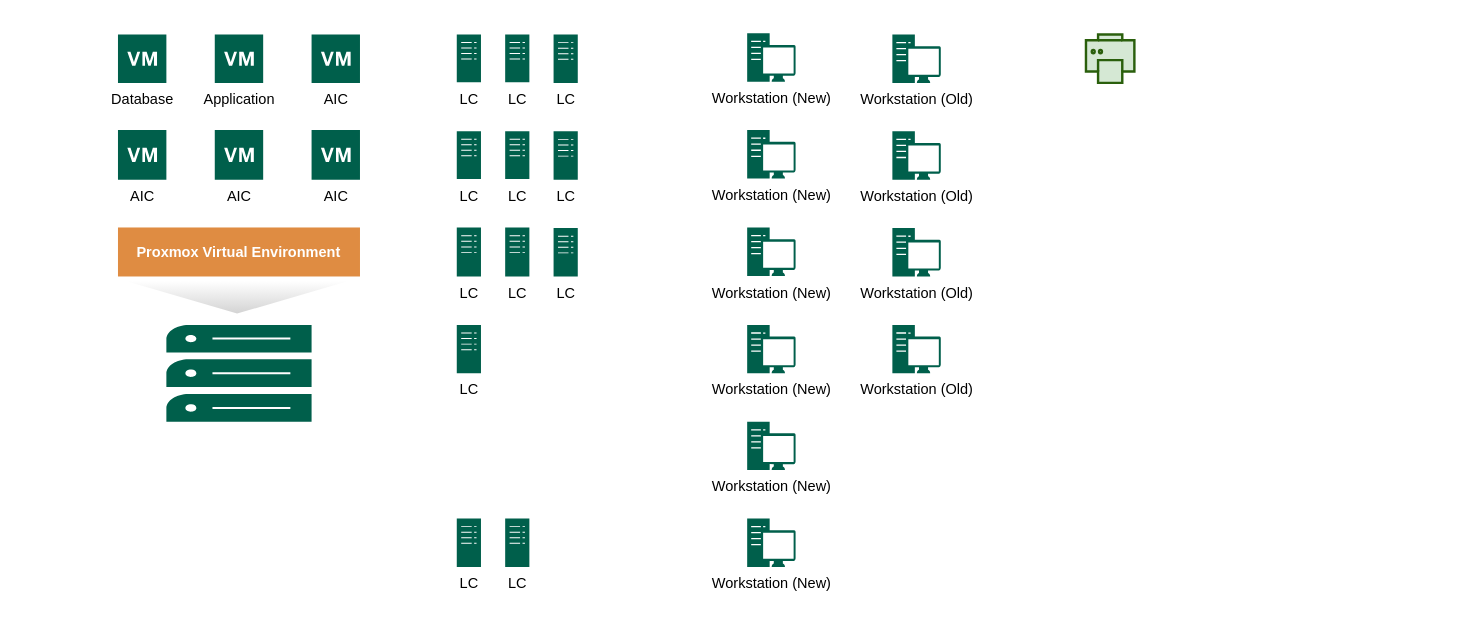
rwo001/FP keeps this draw.io diagram as R&D Network Veriosn.drawio. Above is the earlier version. Source tidied: cells renumbered, new cells numbered last; positions are measured from the earlier drawing's top-left corner, leaving out a move shared by most shapes. Both pictures are drawn from the tidied source at 121%, with x=0, y=0 at pixel (117, 33).
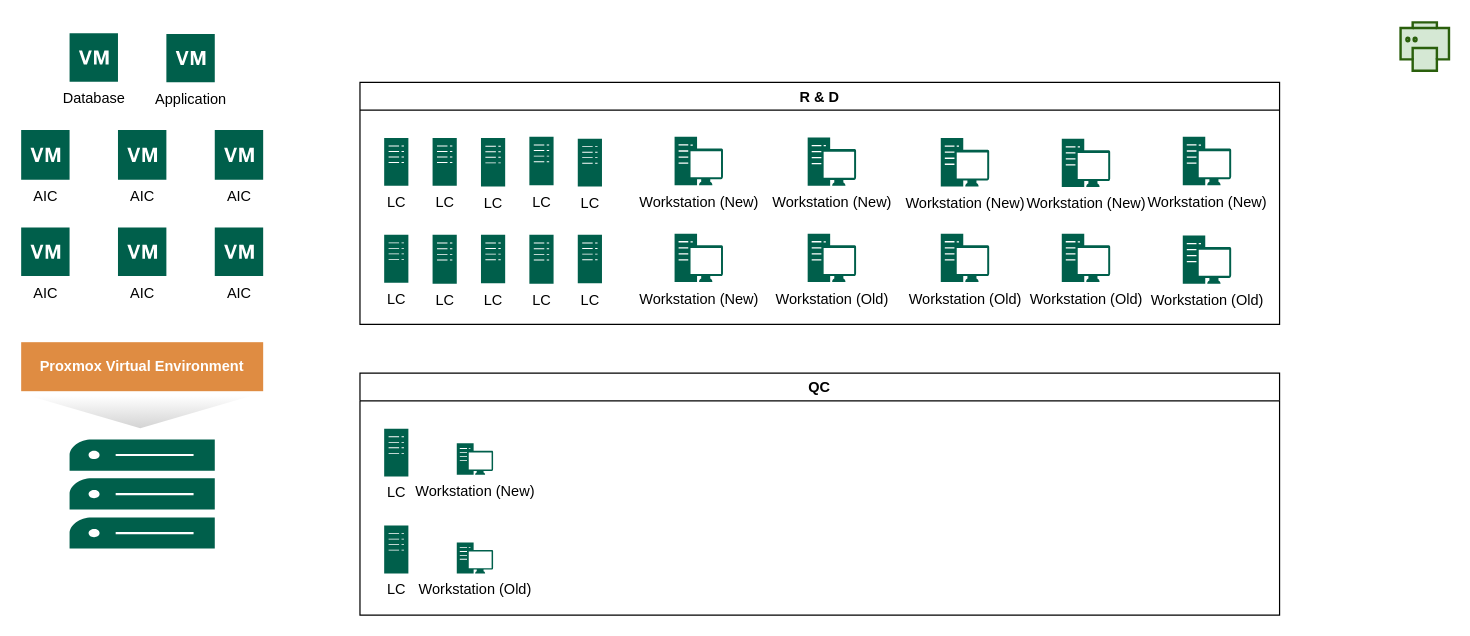
Above is the later version.

What changed in the source:
```diff
@@
-    <mxCell id="2" value="Workstation (New)" style="sketch=0;shadow=0;dashed=0;html=1;strokeColor=none;fillColor=#005F4B;labelPosition=center;verticalLabelPosition=bottom;verticalAlign=top;align=center;shape=mxgraph.veeam2.workstation;" parent="1" vertex="1">
-      <mxGeometry x="520" width="40" height="40" as="geometry" />
-    </mxCell>
     <mxCell id="3" value="AIC" style="sketch=0;shadow=0;dashed=0;html=1;strokeColor=none;fillColor=#005F4B;labelPosition=center;verticalLabelPosition=bottom;verticalAlign=top;align=center;shape=mxgraph.veeam2.virtual_machine;" parent="1" vertex="1">
-      <mxGeometry y="80" width="40" height="41" as="geometry" />
+      <mxGeometry x="-80" y="80" width="40" height="41" as="geometry" />
     </mxCell>
-    <mxCell id="4" value="LC" style="sketch=0;shadow=0;dashed=0;html=1;strokeColor=none;fillColor=#005F4B;labelPosition=center;verticalLabelPosition=bottom;verticalAlign=top;align=center;shape=mxgraph.veeam2.server;" parent="1" vertex="1">
-      <mxGeometry x="360" y="1" width="20" height="40" as="geometry" />
-    </mxCell>
-    <mxCell id="5" value="LC" style="sketch=0;shadow=0;dashed=0;html=1;strokeColor=none;fillColor=#005F4B;labelPosition=center;verticalLabelPosition=bottom;verticalAlign=top;align=center;shape=mxgraph.veeam2.server;" parent="1" vertex="1">
-      <mxGeometry x="360" y="161" width="20" height="40" as="geometry" />
-    </mxCell>
-    <mxCell id="6" value="LC" style="sketch=0;shadow=0;dashed=0;html=1;strokeColor=none;fillColor=#005F4B;labelPosition=center;verticalLabelPosition=bottom;verticalAlign=top;align=center;shape=mxgraph.veeam2.server;" parent="1" vertex="1">
-      <mxGeometry x="360" y="81" width="20" height="40" as="geometry" />
-    </mxCell>
     <mxCell id="7" style="html=1;verticalLabelPosition=bottom;align=center;labelBackgroundColor=#ffffff;verticalAlign=top;strokeWidth=2;strokeColor=light-dark(#2a5f0c, #446e2c);shadow=0;dashed=0;shape=mxgraph.ios7.icons.printer;fillColor=#d5e8d4;" parent="1" vertex="1">
-      <mxGeometry x="800" y="1" width="40" height="40" as="geometry" />
+      <mxGeometry x="1060" y="-9" width="40" height="40" as="geometry" />
     </mxCell>
     <mxCell id="8" value="Database" style="sketch=0;shadow=0;dashed=0;html=1;strokeColor=none;fillColor=#005F4B;labelPosition=center;verticalLabelPosition=bottom;verticalAlign=top;align=center;shape=mxgraph.veeam2.virtual_machine;" parent="1" vertex="1">
-      <mxGeometry y="1" width="40" height="40" as="geometry" />
+      <mxGeometry x="-40" width="40" height="40" as="geometry" />
     </mxCell>
     <mxCell id="9" value="Application" style="sketch=0;shadow=0;dashed=0;html=1;strokeColor=none;fillColor=#005F4B;labelPosition=center;verticalLabelPosition=bottom;verticalAlign=top;align=center;shape=mxgraph.veeam2.virtual_machine;" parent="1" vertex="1">
-      <mxGeometry x="80" y="1" width="40" height="40" as="geometry" />
+      <mxGeometry x="40" y="0.5" width="40" height="40" as="geometry" />
     </mxCell>
     <mxCell id="10" value="AIC" style="sketch=0;shadow=0;dashed=0;html=1;strokeColor=none;fillColor=#005F4B;labelPosition=center;verticalLabelPosition=bottom;verticalAlign=top;align=center;shape=mxgraph.veeam2.virtual_machine;" parent="1" vertex="1">
-      <mxGeometry x="80" y="80" width="40" height="41" as="geometry" />
+      <mxGeometry y="80" width="40" height="41" as="geometry" />
     </mxCell>
     <mxCell id="11" value="AIC" style="sketch=0;shadow=0;dashed=0;html=1;strokeColor=none;fillColor=#005F4B;labelPosition=center;verticalLabelPosition=bottom;verticalAlign=top;align=center;shape=mxgraph.veeam2.virtual_machine;" parent="1" vertex="1">
-      <mxGeometry x="160" y="1" width="40" height="40" as="geometry" />
+      <mxGeometry x="-80" y="160.5" width="40" height="40" as="geometry" />
     </mxCell>
     <mxCell id="12" value="AIC" style="sketch=0;shadow=0;dashed=0;html=1;strokeColor=none;fillColor=#005F4B;labelPosition=center;verticalLabelPosition=bottom;verticalAlign=top;align=center;shape=mxgraph.veeam2.virtual_machine;" parent="1" vertex="1">
-      <mxGeometry x="160" y="80" width="40" height="41" as="geometry" />
+      <mxGeometry x="80" y="80" width="40" height="41" as="geometry" />
     </mxCell>
     <mxCell id="13" value="&lt;span style=&quot;font-family: helvetica, arial, verdana, sans-serif;&quot;&gt;&lt;b style=&quot;&quot;&gt;&lt;font style=&quot;color: light-dark(rgb(255, 255, 255), rgb(237, 237, 237));&quot;&gt;Proxmox Virtual Environment&lt;/font&gt;&lt;/b&gt;&lt;/span&gt;" style="align=center;verticalAlign=middle;fontFamily=Tahoma;fillColor=#df8c42;strokeColor=none;fontColor=#ffffff;strokeWidth=2;html=1;whiteSpace=wrap;spacing=6;fontStyle=0;" parent="1" vertex="1">
-      <mxGeometry y="160.5" width="200" height="40.5" as="geometry" />
+      <mxGeometry x="-80" y="255.3" width="200" height="40.5" as="geometry" />
     </mxCell>
     <mxCell id="14" style="triangle;whiteSpace=wrap;html=1;gradientColor=#D3D3D3;strokeColor=none;gradientDirection=east;rotation=90;" parent="1" vertex="1">
-      <mxGeometry x="85" y="126.2" width="26.9" height="184" as="geometry" />
+      <mxGeometry x="5" y="221" width="26.9" height="184" as="geometry" />
     </mxCell>
     <mxCell id="15" style="sketch=0;shadow=0;dashed=0;html=1;strokeColor=none;fillColor=#005F4B;labelPosition=center;verticalLabelPosition=bottom;verticalAlign=top;align=center;shape=mxgraph.veeam2.server_stack;" parent="1" vertex="1">
-      <mxGeometry x="40" y="241" width="120" height="80" as="geometry" />
+      <mxGeometry x="-40" y="335.8" width="120" height="90" as="geometry" />
     </mxCell>
-    <mxCell id="16" value="LC" style="sketch=0;shadow=0;dashed=0;html=1;strokeColor=none;fillColor=#005F4B;labelPosition=center;verticalLabelPosition=bottom;verticalAlign=top;align=center;shape=mxgraph.veeam2.server;" parent="1" vertex="1">
-      <mxGeometry x="280" y="241" width="20" height="40" as="geometry" />
-    </mxCell>
-    <mxCell id="17" value="LC" style="sketch=0;shadow=0;dashed=0;html=1;strokeColor=none;fillColor=#005F4B;labelPosition=center;verticalLabelPosition=bottom;verticalAlign=top;align=center;shape=mxgraph.veeam2.server;" parent="1" vertex="1">
-      <mxGeometry x="280" y="401" width="20" height="40" as="geometry" />
-    </mxCell>
-    <mxCell id="18" value="LC" style="sketch=0;shadow=0;dashed=0;html=1;strokeColor=none;fillColor=#005F4B;labelPosition=center;verticalLabelPosition=bottom;verticalAlign=top;align=center;shape=mxgraph.veeam2.server;" parent="1" vertex="1">
-      <mxGeometry x="320" y="401" width="20" height="40" as="geometry" />
-    </mxCell>
-    <mxCell id="19" value="LC" style="sketch=0;shadow=0;dashed=0;html=1;strokeColor=none;fillColor=#005F4B;labelPosition=center;verticalLabelPosition=bottom;verticalAlign=top;align=center;shape=mxgraph.veeam2.server;" parent="1" vertex="1">
-      <mxGeometry x="320" y="1" width="20" height="39.5" as="geometry" />
-    </mxCell>
-    <mxCell id="20" value="LC" style="sketch=0;shadow=0;dashed=0;html=1;strokeColor=none;fillColor=#005F4B;labelPosition=center;verticalLabelPosition=bottom;verticalAlign=top;align=center;shape=mxgraph.veeam2.server;" parent="1" vertex="1">
-      <mxGeometry x="320" y="160.5" width="20" height="40.5" as="geometry" />
-    </mxCell>
-    <mxCell id="21" value="LC" style="sketch=0;shadow=0;dashed=0;html=1;strokeColor=none;fillColor=#005F4B;labelPosition=center;verticalLabelPosition=bottom;verticalAlign=top;align=center;shape=mxgraph.veeam2.server;" parent="1" vertex="1">
-      <mxGeometry x="320" y="81" width="20" height="39.5" as="geometry" />
-    </mxCell>
-    <mxCell id="22" value="LC" style="sketch=0;shadow=0;dashed=0;html=1;strokeColor=none;fillColor=#005F4B;labelPosition=center;verticalLabelPosition=bottom;verticalAlign=top;align=center;shape=mxgraph.veeam2.server;" parent="1" vertex="1">
-      <mxGeometry x="280" y="1" width="20" height="39.5" as="geometry" />
-    </mxCell>
-    <mxCell id="23" value="LC" style="sketch=0;shadow=0;dashed=0;html=1;strokeColor=none;fillColor=#005F4B;labelPosition=center;verticalLabelPosition=bottom;verticalAlign=top;align=center;shape=mxgraph.veeam2.server;" parent="1" vertex="1">
-      <mxGeometry x="280" y="160.5" width="20" height="40.5" as="geometry" />
-    </mxCell>
-    <mxCell id="24" value="LC" style="sketch=0;shadow=0;dashed=0;html=1;strokeColor=none;fillColor=#005F4B;labelPosition=center;verticalLabelPosition=bottom;verticalAlign=top;align=center;shape=mxgraph.veeam2.server;" parent="1" vertex="1">
-      <mxGeometry x="280" y="81" width="20" height="39.5" as="geometry" />
-    </mxCell>
-    <mxCell id="25" value="Workstation (New)" style="sketch=0;shadow=0;dashed=0;html=1;strokeColor=none;fillColor=#005F4B;labelPosition=center;verticalLabelPosition=bottom;verticalAlign=top;align=center;shape=mxgraph.veeam2.workstation;" parent="1" vertex="1">
-      <mxGeometry x="520" y="80" width="40" height="40" as="geometry" />
-    </mxCell>
-    <mxCell id="26" value="Workstation (New)" style="sketch=0;shadow=0;dashed=0;html=1;strokeColor=none;fillColor=#005F4B;labelPosition=center;verticalLabelPosition=bottom;verticalAlign=top;align=center;shape=mxgraph.veeam2.workstation;" parent="1" vertex="1">
-      <mxGeometry x="520" y="160.5" width="40" height="40" as="geometry" />
-    </mxCell>
-    <mxCell id="27" value="Workstation (New)" style="sketch=0;shadow=0;dashed=0;html=1;strokeColor=none;fillColor=#005F4B;labelPosition=center;verticalLabelPosition=bottom;verticalAlign=top;align=center;shape=mxgraph.veeam2.workstation;" parent="1" vertex="1">
-      <mxGeometry x="520" y="241" width="40" height="40" as="geometry" />
-    </mxCell>
-    <mxCell id="28" value="Workstation (New)" style="sketch=0;shadow=0;dashed=0;html=1;strokeColor=none;fillColor=#005F4B;labelPosition=center;verticalLabelPosition=bottom;verticalAlign=top;align=center;shape=mxgraph.veeam2.workstation;" parent="1" vertex="1">
-      <mxGeometry x="520" y="321" width="40" height="40" as="geometry" />
-    </mxCell>
-    <mxCell id="29" value="Workstation (New)" style="sketch=0;shadow=0;dashed=0;html=1;strokeColor=none;fillColor=#005F4B;labelPosition=center;verticalLabelPosition=bottom;verticalAlign=top;align=center;shape=mxgraph.veeam2.workstation;" parent="1" vertex="1">
-      <mxGeometry x="520" y="401" width="40" height="40" as="geometry" />
-    </mxCell>
-    <mxCell id="30" value="Workstation (Old)" style="sketch=0;shadow=0;dashed=0;html=1;strokeColor=none;fillColor=#005F4B;labelPosition=center;verticalLabelPosition=bottom;verticalAlign=top;align=center;shape=mxgraph.veeam2.workstation;" parent="1" vertex="1">
-      <mxGeometry x="640" y="1" width="40" height="40" as="geometry" />
-    </mxCell>
-    <mxCell id="31" value="Workstation (Old)" style="sketch=0;shadow=0;dashed=0;html=1;strokeColor=none;fillColor=#005F4B;labelPosition=center;verticalLabelPosition=bottom;verticalAlign=top;align=center;shape=mxgraph.veeam2.workstation;" parent="1" vertex="1">
-      <mxGeometry x="640" y="81" width="40" height="40" as="geometry" />
-    </mxCell>
-    <mxCell id="32" value="Workstation (Old)" style="sketch=0;shadow=0;dashed=0;html=1;strokeColor=none;fillColor=#005F4B;labelPosition=center;verticalLabelPosition=bottom;verticalAlign=top;align=center;shape=mxgraph.veeam2.workstation;" parent="1" vertex="1">
-      <mxGeometry x="640" y="161" width="40" height="40" as="geometry" />
-    </mxCell>
-    <mxCell id="33" value="Workstation (Old)" style="sketch=0;shadow=0;dashed=0;html=1;strokeColor=none;fillColor=#005F4B;labelPosition=center;verticalLabelPosition=bottom;verticalAlign=top;align=center;shape=mxgraph.veeam2.workstation;" parent="1" vertex="1">
-      <mxGeometry x="640" y="241" width="40" height="40" as="geometry" />
-    </mxCell>
+    <mxCell id="34" value="AIC" style="sketch=0;shadow=0;dashed=0;html=1;strokeColor=none;fillColor=#005F4B;labelPosition=center;verticalLabelPosition=bottom;verticalAlign=top;align=center;shape=mxgraph.veeam2.virtual_machine;" parent="1" vertex="1">
+      <mxGeometry y="160.5" width="40" height="40" as="geometry" />
+    </mxCell>
+    <mxCell id="35" value="AIC" style="sketch=0;shadow=0;dashed=0;html=1;strokeColor=none;fillColor=#005F4B;labelPosition=center;verticalLabelPosition=bottom;verticalAlign=top;align=center;shape=mxgraph.veeam2.virtual_machine;" parent="1" vertex="1">
+      <mxGeometry x="80" y="160.5" width="40" height="40" as="geometry" />
+    </mxCell>
+    <mxCell id="36" value="R &amp; D" style="swimlane;" parent="1" vertex="1">
+      <mxGeometry x="200" y="40.5" width="760" height="200" as="geometry" />
+    </mxCell>
+    <mxCell id="37" value="Workstation (New)" style="sketch=0;shadow=0;dashed=0;html=1;strokeColor=none;fillColor=#005F4B;labelPosition=center;verticalLabelPosition=bottom;verticalAlign=top;align=center;shape=mxgraph.veeam2.workstation;" parent="36" vertex="1">
+      <mxGeometry x="260" y="45.1" width="40" height="40" as="geometry" />
+    </mxCell>
+    <mxCell id="38" value="LC" style="sketch=0;shadow=0;dashed=0;html=1;strokeColor=none;fillColor=#005F4B;labelPosition=center;verticalLabelPosition=bottom;verticalAlign=top;align=center;shape=mxgraph.veeam2.server;" parent="36" vertex="1">
+      <mxGeometry x="100" y="46.1" width="20" height="40" as="geometry" />
+    </mxCell>
+    <mxCell id="39" value="LC" style="sketch=0;shadow=0;dashed=0;html=1;strokeColor=none;fillColor=#005F4B;labelPosition=center;verticalLabelPosition=bottom;verticalAlign=top;align=center;shape=mxgraph.veeam2.server;" parent="36" vertex="1">
+      <mxGeometry x="100" y="126.1" width="20" height="40" as="geometry" />
+    </mxCell>
+    <mxCell id="40" value="LC" style="sketch=0;shadow=0;dashed=0;html=1;strokeColor=none;fillColor=#005F4B;labelPosition=center;verticalLabelPosition=bottom;verticalAlign=top;align=center;shape=mxgraph.veeam2.server;" parent="36" vertex="1">
+      <mxGeometry x="140" y="45.1" width="20" height="40" as="geometry" />
+    </mxCell>
+    <mxCell id="41" value="LC" style="sketch=0;shadow=0;dashed=0;html=1;strokeColor=none;fillColor=#005F4B;labelPosition=center;verticalLabelPosition=bottom;verticalAlign=top;align=center;shape=mxgraph.veeam2.server;" parent="36" vertex="1">
+      <mxGeometry x="180" y="126.1" width="20" height="40" as="geometry" />
+    </mxCell>
+    <mxCell id="42" value="LC" style="sketch=0;shadow=0;dashed=0;html=1;strokeColor=none;fillColor=#005F4B;labelPosition=center;verticalLabelPosition=bottom;verticalAlign=top;align=center;shape=mxgraph.veeam2.server;" parent="36" vertex="1">
+      <mxGeometry x="60" y="46.1" width="20" height="39.5" as="geometry" />
+    </mxCell>
+    <mxCell id="43" value="LC" style="sketch=0;shadow=0;dashed=0;html=1;strokeColor=none;fillColor=#005F4B;labelPosition=center;verticalLabelPosition=bottom;verticalAlign=top;align=center;shape=mxgraph.veeam2.server;" parent="36" vertex="1">
+      <mxGeometry x="60" y="126.1" width="20" height="40.5" as="geometry" />
+    </mxCell>
+    <mxCell id="44" value="LC" style="sketch=0;shadow=0;dashed=0;html=1;strokeColor=none;fillColor=#005F4B;labelPosition=center;verticalLabelPosition=bottom;verticalAlign=top;align=center;shape=mxgraph.veeam2.server;" parent="36" vertex="1">
+      <mxGeometry x="180" y="46.6" width="20" height="39.5" as="geometry" />
+    </mxCell>
+    <mxCell id="45" value="LC" style="sketch=0;shadow=0;dashed=0;html=1;strokeColor=none;fillColor=#005F4B;labelPosition=center;verticalLabelPosition=bottom;verticalAlign=top;align=center;shape=mxgraph.veeam2.server;" parent="36" vertex="1">
+      <mxGeometry x="20" y="46.1" width="20" height="39.5" as="geometry" />
+    </mxCell>
+    <mxCell id="46" value="LC" style="sketch=0;shadow=0;dashed=0;html=1;strokeColor=none;fillColor=#005F4B;labelPosition=center;verticalLabelPosition=bottom;verticalAlign=top;align=center;shape=mxgraph.veeam2.server;" parent="36" vertex="1">
+      <mxGeometry x="140" y="126.1" width="20" height="40.5" as="geometry" />
+    </mxCell>
+    <mxCell id="47" value="LC" style="sketch=0;shadow=0;dashed=0;html=1;strokeColor=none;fillColor=#005F4B;labelPosition=center;verticalLabelPosition=bottom;verticalAlign=top;align=center;shape=mxgraph.veeam2.server;" parent="36" vertex="1">
+      <mxGeometry x="20" y="126.1" width="20" height="39.5" as="geometry" />
+    </mxCell>
+    <mxCell id="48" value="Workstation (New)" style="sketch=0;shadow=0;dashed=0;html=1;strokeColor=none;fillColor=#005F4B;labelPosition=center;verticalLabelPosition=bottom;verticalAlign=top;align=center;shape=mxgraph.veeam2.workstation;" parent="36" vertex="1">
+      <mxGeometry x="260" y="125.1" width="40" height="40" as="geometry" />
+    </mxCell>
+    <mxCell id="49" value="Workstation (New)" style="sketch=0;shadow=0;dashed=0;html=1;strokeColor=none;fillColor=#005F4B;labelPosition=center;verticalLabelPosition=bottom;verticalAlign=top;align=center;shape=mxgraph.veeam2.workstation;" parent="36" vertex="1">
+      <mxGeometry x="370" y="45.6" width="40" height="40" as="geometry" />
+    </mxCell>
+    <mxCell id="50" value="Workstation (New)" style="sketch=0;shadow=0;dashed=0;html=1;strokeColor=none;fillColor=#005F4B;labelPosition=center;verticalLabelPosition=bottom;verticalAlign=top;align=center;shape=mxgraph.veeam2.workstation;" parent="36" vertex="1">
+      <mxGeometry x="480" y="46.1" width="40" height="40" as="geometry" />
+    </mxCell>
+    <mxCell id="51" value="Workstation (New)" style="sketch=0;shadow=0;dashed=0;html=1;strokeColor=none;fillColor=#005F4B;labelPosition=center;verticalLabelPosition=bottom;verticalAlign=top;align=center;shape=mxgraph.veeam2.workstation;" parent="36" vertex="1">
+      <mxGeometry x="580" y="46.6" width="40" height="40" as="geometry" />
+    </mxCell>
+    <mxCell id="52" value="Workstation (New)" style="sketch=0;shadow=0;dashed=0;html=1;strokeColor=none;fillColor=#005F4B;labelPosition=center;verticalLabelPosition=bottom;verticalAlign=top;align=center;shape=mxgraph.veeam2.workstation;" parent="36" vertex="1">
+      <mxGeometry x="680" y="45.1" width="40" height="40" as="geometry" />
+    </mxCell>
+    <mxCell id="53" value="Workstation (Old)" style="sketch=0;shadow=0;dashed=0;html=1;strokeColor=none;fillColor=#005F4B;labelPosition=center;verticalLabelPosition=bottom;verticalAlign=top;align=center;shape=mxgraph.veeam2.workstation;" parent="36" vertex="1">
+      <mxGeometry x="480" y="125.1" width="40" height="40" as="geometry" />
+    </mxCell>
+    <mxCell id="54" value="Workstation (Old)" style="sketch=0;shadow=0;dashed=0;html=1;strokeColor=none;fillColor=#005F4B;labelPosition=center;verticalLabelPosition=bottom;verticalAlign=top;align=center;shape=mxgraph.veeam2.workstation;" parent="36" vertex="1">
+      <mxGeometry x="370" y="125.1" width="40" height="40" as="geometry" />
+    </mxCell>
+    <mxCell id="55" value="Workstation (Old)" style="sketch=0;shadow=0;dashed=0;html=1;strokeColor=none;fillColor=#005F4B;labelPosition=center;verticalLabelPosition=bottom;verticalAlign=top;align=center;shape=mxgraph.veeam2.workstation;" parent="36" vertex="1">
+      <mxGeometry x="580" y="125.1" width="40" height="40" as="geometry" />
+    </mxCell>
+    <mxCell id="56" value="Workstation (Old)" style="sketch=0;shadow=0;dashed=0;html=1;strokeColor=none;fillColor=#005F4B;labelPosition=center;verticalLabelPosition=bottom;verticalAlign=top;align=center;shape=mxgraph.veeam2.workstation;" parent="36" vertex="1">
+      <mxGeometry x="680" y="126.6" width="40" height="40" as="geometry" />
+    </mxCell>
+    <mxCell id="57" value="QC" style="swimlane;" parent="1" vertex="1">
+      <mxGeometry x="200" y="280.8" width="760" height="200" as="geometry" />
+    </mxCell>
+    <mxCell id="58" value="LC" style="sketch=0;shadow=0;dashed=0;html=1;strokeColor=none;fillColor=#005F4B;labelPosition=center;verticalLabelPosition=bottom;verticalAlign=top;align=center;shape=mxgraph.veeam2.server;" parent="57" vertex="1">
+      <mxGeometry x="20" y="46.1" width="20" height="39.5" as="geometry" />
+    </mxCell>
+    <mxCell id="59" value="LC" style="sketch=0;shadow=0;dashed=0;html=1;strokeColor=none;fillColor=#005F4B;labelPosition=center;verticalLabelPosition=bottom;verticalAlign=top;align=center;shape=mxgraph.veeam2.server;" parent="57" vertex="1">
+      <mxGeometry x="20" y="126.1" width="20" height="39.5" as="geometry" />
+    </mxCell>
+    <mxCell id="60" value="Workstation (New)" style="sketch=0;shadow=0;dashed=0;html=1;strokeColor=none;fillColor=#005F4B;labelPosition=center;verticalLabelPosition=bottom;verticalAlign=top;align=center;shape=mxgraph.veeam2.workstation;" parent="57" vertex="1">
+      <mxGeometry x="80" y="58" width="30" height="26.1" as="geometry" />
+    </mxCell>
+    <mxCell id="61" value="Workstation (Old)" style="sketch=0;shadow=0;dashed=0;html=1;strokeColor=none;fillColor=#005F4B;labelPosition=center;verticalLabelPosition=bottom;verticalAlign=top;align=center;shape=mxgraph.veeam2.workstation;" parent="57" vertex="1">
+      <mxGeometry x="80" y="140" width="30" height="25.6" as="geometry" />
+    </mxCell>
```
